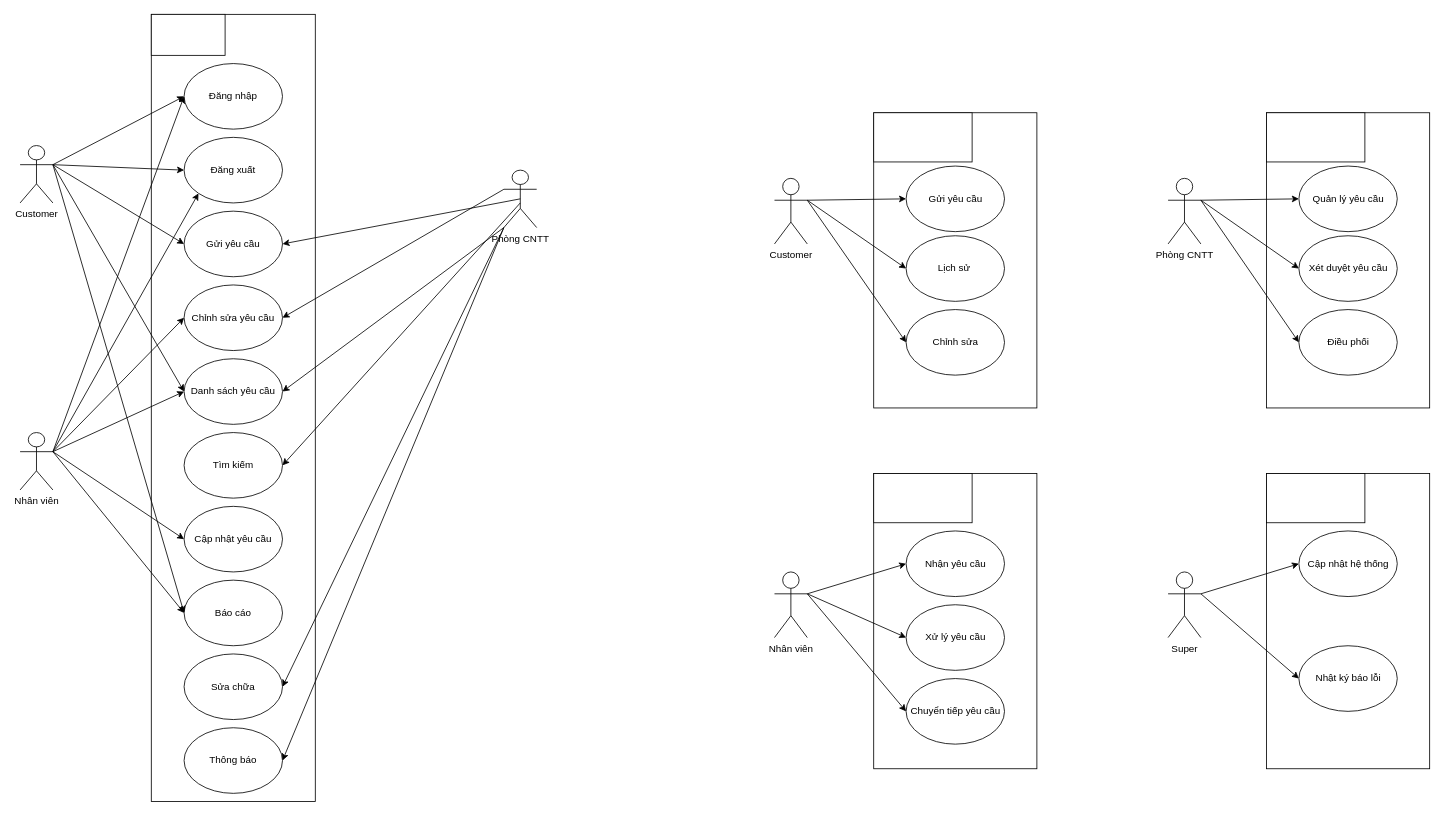
Before: diagram/usecase.drawio in zanedev2304/blogVanLang, a draw.io diagram. Source tidied: cells renumbered, new cells numbered last; positions are measured from the earlier drawing's top-left corner, leaving out a move shared by most shapes. Both pictures are drawn from the tidied source at 82%, with x=0, y=0 at pixel (20, 14).
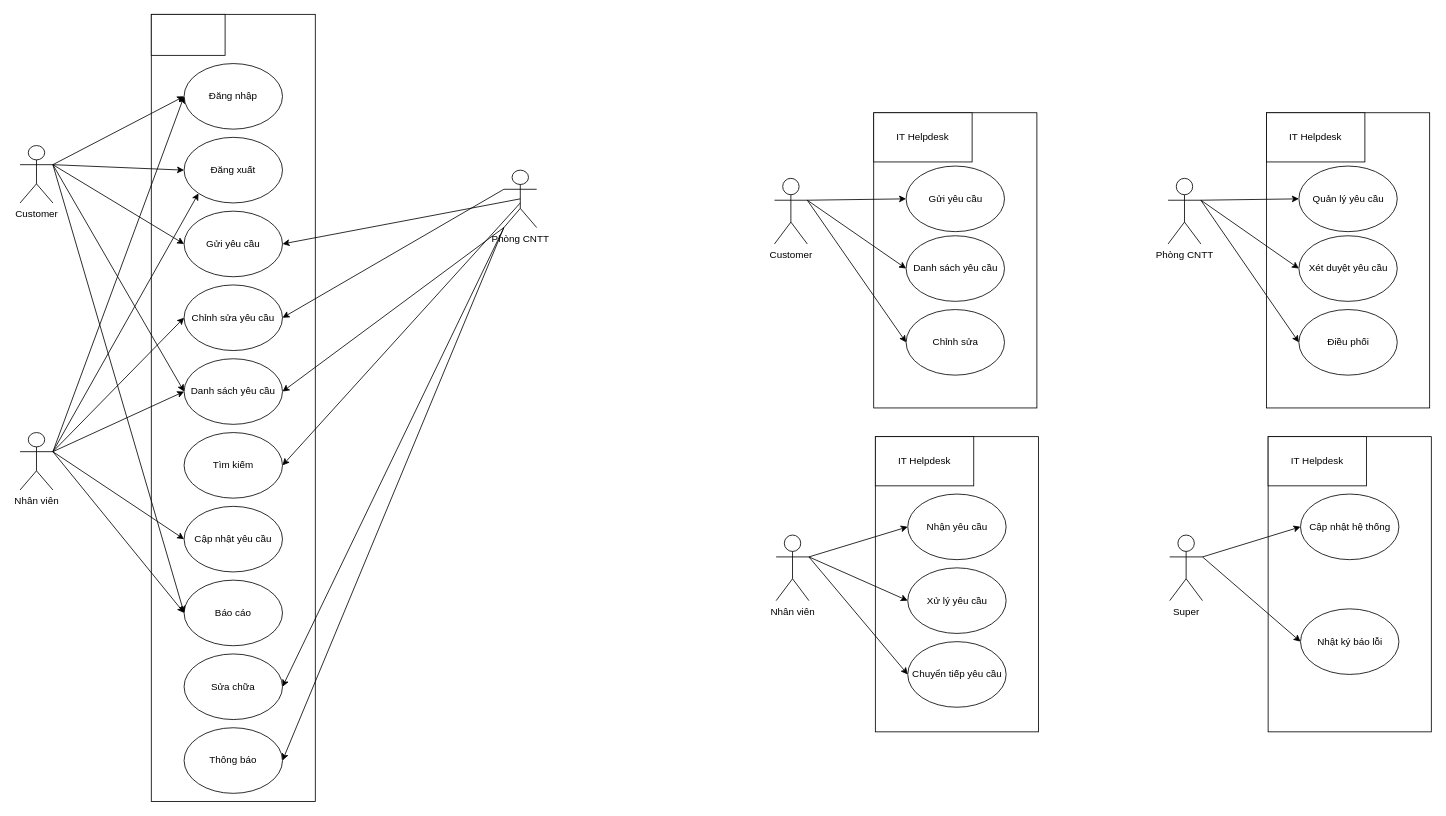
After the change.

The edit, as a diff of the source:
```diff
@@
-    <mxCell id="36" style="rounded=0;whiteSpace=wrap;html=1;" parent="1" vertex="1">
+    <mxCell id="36" value="IT Helpdesk" style="rounded=0;whiteSpace=wrap;html=1;" parent="1" vertex="1">
       <mxGeometry x="1041" y="120" width="120" height="60" as="geometry" />
     </mxCell>
@@
-    <mxCell id="38" value="Lịch sử&amp;nbsp;" style="ellipse;whiteSpace=wrap;html=1;" parent="1" vertex="1">
+    <mxCell id="38" value="Danh sách yêu cầu" style="ellipse;whiteSpace=wrap;html=1;" parent="1" vertex="1">
       <mxGeometry x="1080.5" y="270" width="120" height="80" as="geometry" />
     </mxCell>
@@
     <mxCell id="40" value="Nhân viên" style="shape=umlActor;verticalLabelPosition=bottom;verticalAlign=top;html=1;outlineConnect=0;" parent="1" vertex="1">
-      <mxGeometry x="920" y="680" width="40" height="80" as="geometry" />
+      <mxGeometry x="922" y="635" width="40" height="80" as="geometry" />
     </mxCell>
     <mxCell id="41" style="rounded=0;whiteSpace=wrap;html=1;" parent="1" vertex="1">
-      <mxGeometry x="1041" y="560" width="199" height="360" as="geometry" />
+      <mxGeometry x="1043" y="515" width="199" height="360" as="geometry" />
     </mxCell>
-    <mxCell id="42" style="rounded=0;whiteSpace=wrap;html=1;" parent="1" vertex="1">
-      <mxGeometry x="1041" y="560" width="120" height="60" as="geometry" />
+    <mxCell id="42" value="IT Helpdesk" style="rounded=0;whiteSpace=wrap;html=1;" parent="1" vertex="1">
+      <mxGeometry x="1043" y="515" width="120" height="60" as="geometry" />
     </mxCell>
     <mxCell id="43" value="Nhận yêu cầu" style="ellipse;whiteSpace=wrap;html=1;" parent="1" vertex="1">
-      <mxGeometry x="1080.5" y="630" width="120" height="80" as="geometry" />
+      <mxGeometry x="1082.5" y="585" width="120" height="80" as="geometry" />
     </mxCell>
     <mxCell id="44" value="Xử lý yêu cầu" style="ellipse;whiteSpace=wrap;html=1;" parent="1" vertex="1">
-      <mxGeometry x="1080.5" y="720" width="120" height="80" as="geometry" />
+      <mxGeometry x="1082.5" y="675" width="120" height="80" as="geometry" />
     </mxCell>
     <mxCell id="45" value="Chuyển tiếp yêu cầu" style="ellipse;whiteSpace=wrap;html=1;" parent="1" vertex="1">
-      <mxGeometry x="1080.5" y="810" width="120" height="80" as="geometry" />
+      <mxGeometry x="1082.5" y="765" width="120" height="80" as="geometry" />
     </mxCell>
@@
-    <mxCell id="49" style="rounded=0;whiteSpace=wrap;html=1;" parent="1" vertex="1">
+    <mxCell id="49" value="IT Helpdesk" style="rounded=0;whiteSpace=wrap;html=1;" parent="1" vertex="1">
       <mxGeometry x="1520" y="120" width="120" height="60" as="geometry" />
     </mxCell>
@@
     <mxCell id="52" value="Super" style="shape=umlActor;verticalLabelPosition=bottom;verticalAlign=top;html=1;outlineConnect=0;" parent="1" vertex="1">
-      <mxGeometry x="1400" y="680" width="40" height="80" as="geometry" />
+      <mxGeometry x="1402" y="635" width="40" height="80" as="geometry" />
     </mxCell>
     <mxCell id="53" style="rounded=0;whiteSpace=wrap;html=1;" parent="1" vertex="1">
-      <mxGeometry x="1520" y="560" width="199" height="360" as="geometry" />
+      <mxGeometry x="1522" y="515" width="199" height="360" as="geometry" />
     </mxCell>
     <mxCell id="54" value="Cập nhật hệ thống" style="ellipse;whiteSpace=wrap;html=1;" parent="1" vertex="1">
-      <mxGeometry x="1559.5" y="630" width="120" height="80" as="geometry" />
+      <mxGeometry x="1561.5" y="585" width="120" height="80" as="geometry" />
     </mxCell>
-    <mxCell id="55" style="rounded=0;whiteSpace=wrap;html=1;" parent="1" vertex="1">
-      <mxGeometry x="1520" y="560" width="120" height="60" as="geometry" />
+    <mxCell id="55" value="IT Helpdesk" style="rounded=0;whiteSpace=wrap;html=1;" parent="1" vertex="1">
+      <mxGeometry x="1522" y="515" width="120" height="60" as="geometry" />
     </mxCell>
     <mxCell id="56" value="Nhật ký báo lỗi" style="ellipse;whiteSpace=wrap;html=1;" parent="1" vertex="1">
-      <mxGeometry x="1559.5" y="770" width="120" height="80" as="geometry" />
+      <mxGeometry x="1561.5" y="725" width="120" height="80" as="geometry" />
     </mxCell>
```
